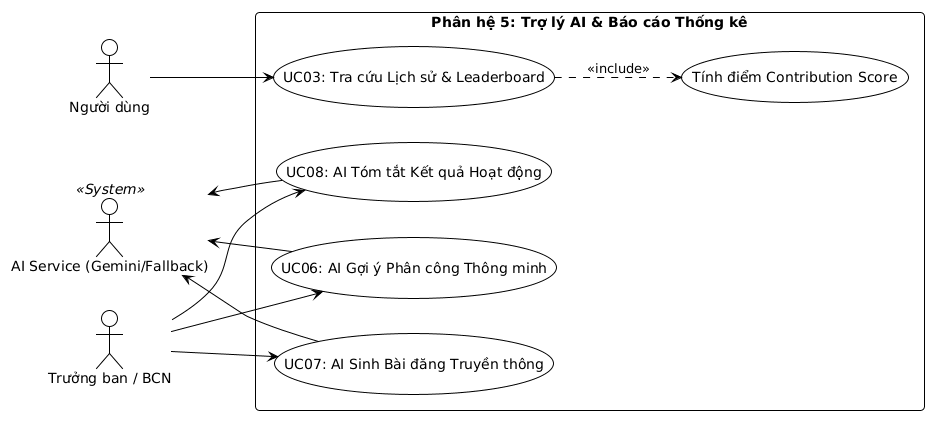
The PlantUML diagram images/usecase_sub5_ai.png in nda2801/Student_Club_Management, before a commit. Its source is kept beside it as docs/plantuml/usecase_sub5_ai.puml. Its diagram source:
```plantuml
@startuml usecase_sub5_ai
!theme plain
skinparam backgroundColor #FFFFFF
skinparam shadowing false
skinparam roundcorner 8

left to right direction
actor "Trưởng ban / BCN" as Leader
actor "Người dùng" as User
actor "AI Service (Gemini/Fallback)" as AI <<System>>

rectangle "Phân hệ 5: Trợ lý AI & Báo cáo Thống kê" {
    usecase "UC06: AI Gợi ý Phân công Thông minh" as UC06
    usecase "UC07: AI Sinh Bài đăng Truyền thông" as UC07
    usecase "UC08: AI Tóm tắt Kết quả Hoạt động" as UC08
    usecase "UC03: Tra cứu Lịch sử & Leaderboard" as UC03
    usecase "Tính điểm Contribution Score" as UC_Score
}

Leader --> UC06
Leader --> UC07
Leader --> UC08
User --> UC03

AI <-- UC06
AI <-- UC07
AI <-- UC08

UC03 ..> UC_Score : <<include>>
@enduml
```
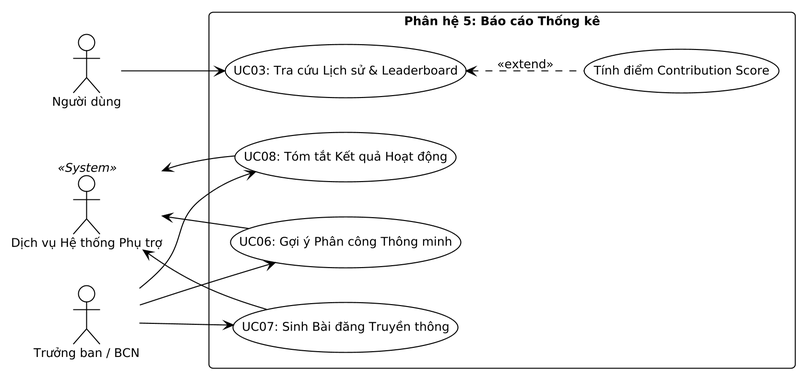
The same diagram one commit later.

The edit, as a diff of the source:
```diff
@@ -3,16 +3,19 @@
 skinparam backgroundColor #FFFFFF
 skinparam shadowing false
 skinparam roundcorner 8
+skinparam defaultFontName "Segoe UI"
+skinparam defaultFontSize 12
+skinparam dpi 200
 
 left to right direction
 actor "Trưởng ban / BCN" as Leader
 actor "Người dùng" as User
-actor "AI Service (Gemini/Fallback)" as AI <<System>>
+actor "Dịch vụ Hệ thống Phụ trợ" as ExternalService <<System>>
 
-rectangle "Phân hệ 5: Trợ lý AI & Báo cáo Thống kê" {
-    usecase "UC06: AI Gợi ý Phân công Thông minh" as UC06
-    usecase "UC07: AI Sinh Bài đăng Truyền thông" as UC07
-    usecase "UC08: AI Tóm tắt Kết quả Hoạt động" as UC08
+rectangle "Phân hệ 5: Báo cáo Thống kê" {
+    usecase "UC06: Gợi ý Phân công Thông minh" as UC06
+    usecase "UC07: Sinh Bài đăng Truyền thông" as UC07
+    usecase "UC08: Tóm tắt Kết quả Hoạt động" as UC08
     usecase "UC03: Tra cứu Lịch sử & Leaderboard" as UC03
     usecase "Tính điểm Contribution Score" as UC_Score
 }
@@ -22,9 +25,9 @@
 Leader --> UC08
 User --> UC03
 
-AI <-- UC06
-AI <-- UC07
-AI <-- UC08
+ExternalService <-- UC06
+ExternalService <-- UC07
+ExternalService <-- UC08
 
-UC03 ..> UC_Score : <<include>>
+UC03 <.. UC_Score : <<extend>>
 @enduml
```
